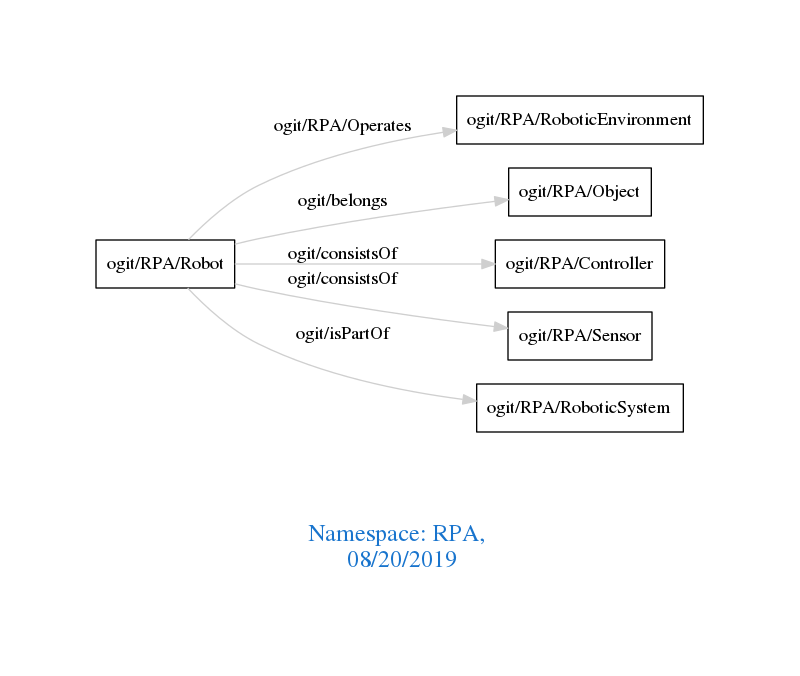
The Graphviz diagram downloads/RPA.png in arago/OGIT, before a commit. Its source is kept beside it as downloads/RPA.dot.
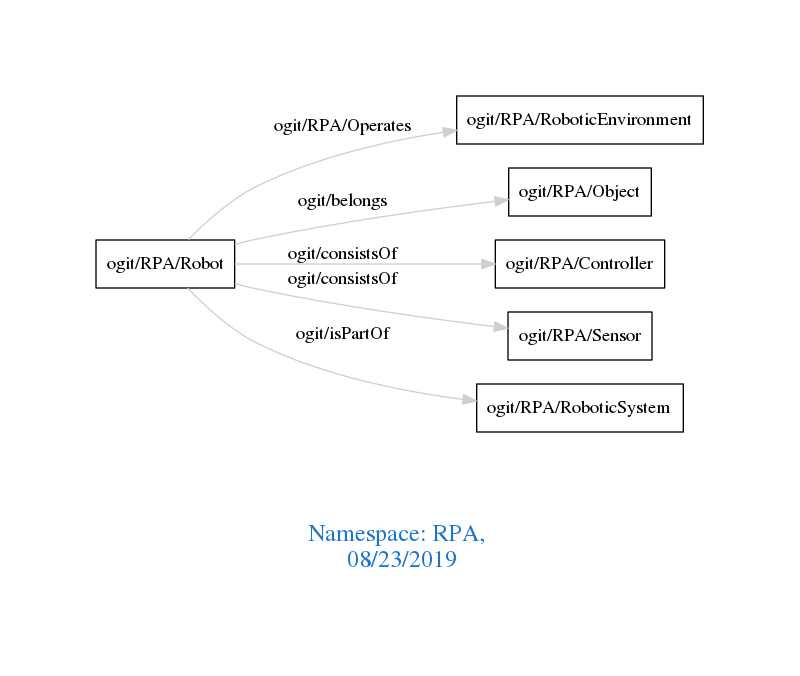
After the commit.

The edit, as a diff of the source:
```diff
@@ -1,7 +1,7 @@
 digraph OGIT_ontology {
  graph [ rankdir= LR,pad=1
 fontsize = 18,
-fontcolor= dodgerblue3,label = "\n\n\nNamespace: RPA, \n 08/20/2019"];
+fontcolor= dodgerblue3,label = "\n\n\nNamespace: RPA, \n 08/23/2019"];
 node[shape=polygon];
 edge [  color="gray81"];
 
```
